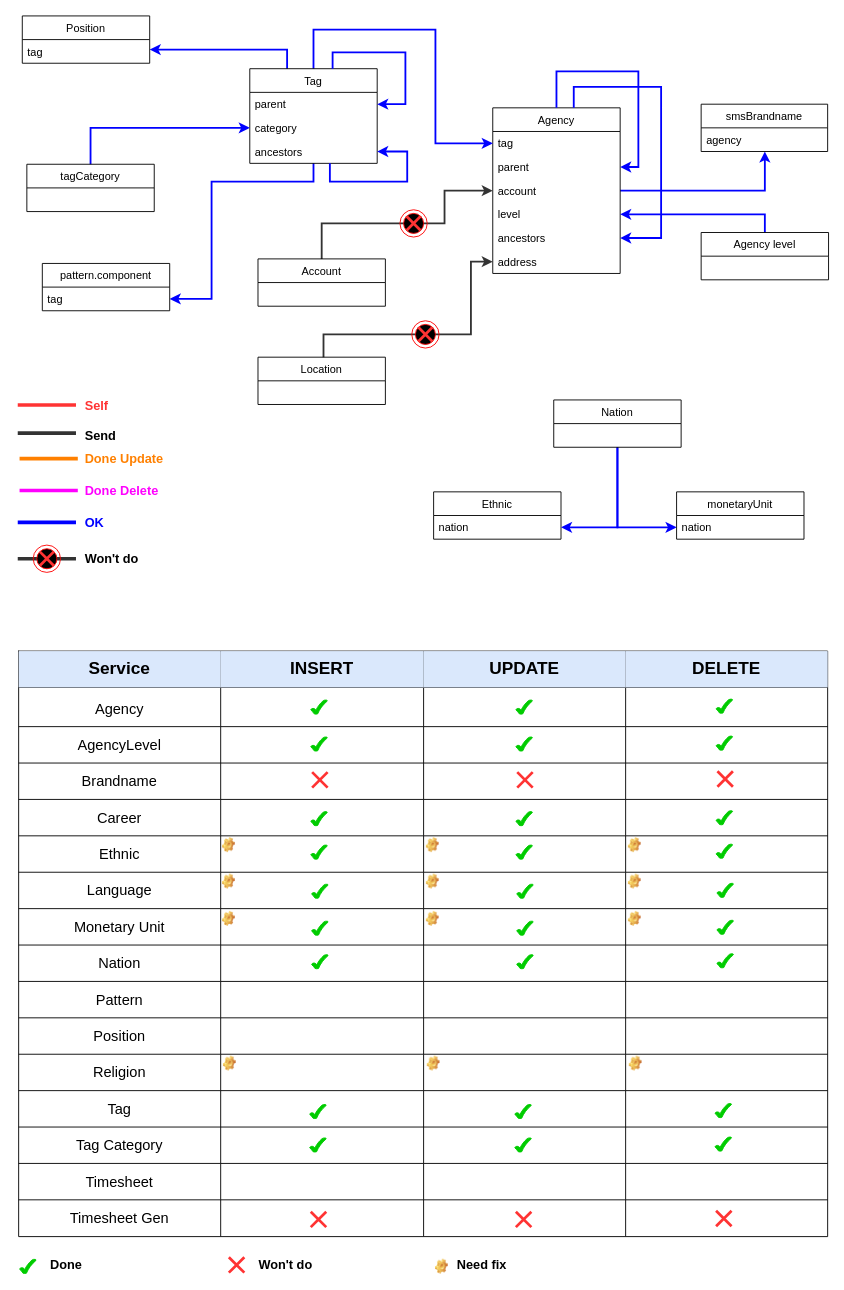
Earlier version of the draw.io diagram directory.drawio (mitgaming/drawio). Source tidied: cells renumbered, new cells numbered last; positions are measured from the earlier drawing's top-left corner, leaving out a move shared by most shapes. Both pictures are drawn from the tidied source at 91%, with x=0, y=0 at pixel (17, 15).
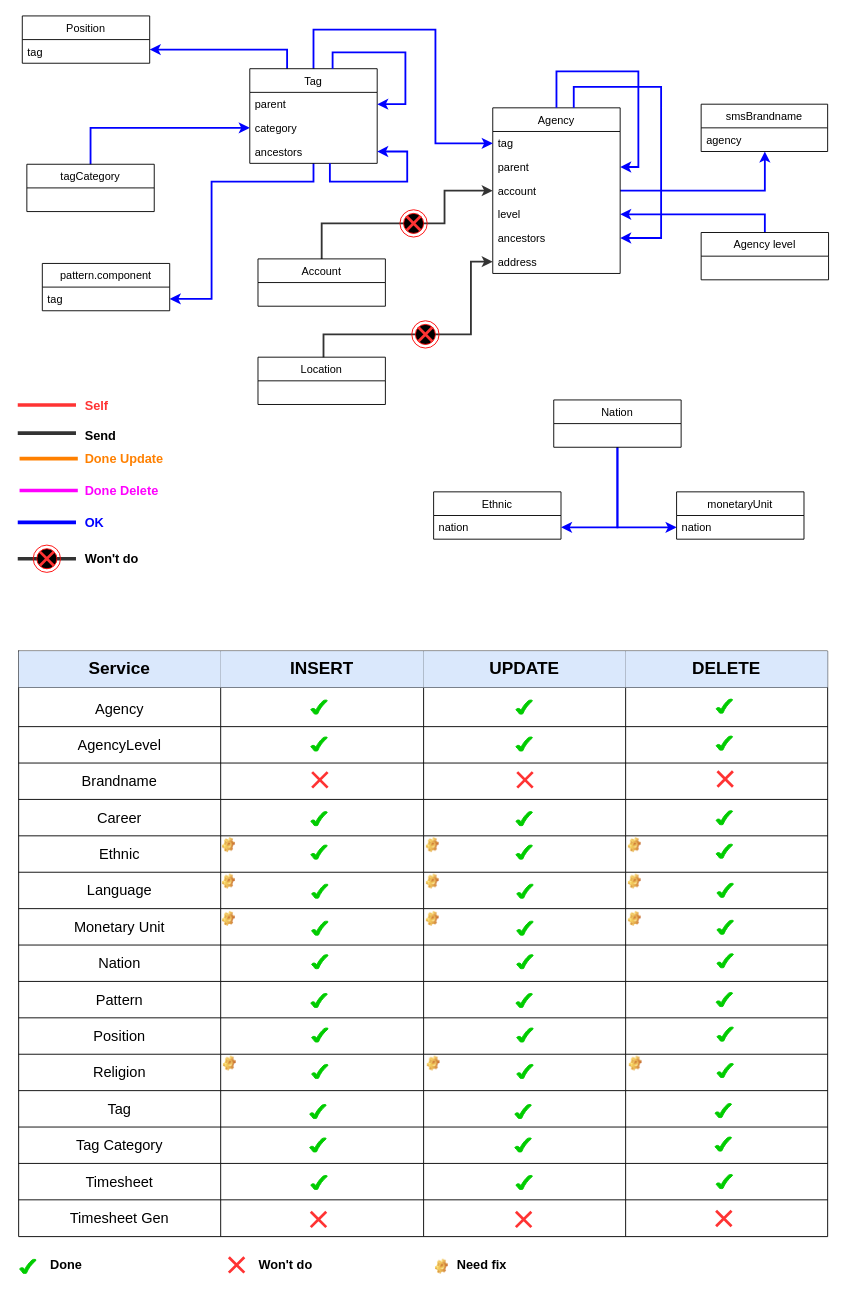
Above is the later version.

Commit message:
Cập nhật directory.drawio

The edit, as a diff of the source:
```diff
@@
+    <mxCell id="201" style="verticalLabelPosition=bottom;verticalAlign=top;html=1;shape=mxgraph.basic.tick;strokeColor=#00CC00;fontSize=14;fillColor=#00CC00;" parent="1" vertex="1">
+      <mxGeometry x="322" y="1074" width="18.2" height="15.8" as="geometry" />
+    </mxCell>
+    <mxCell id="202" style="verticalLabelPosition=bottom;verticalAlign=top;html=1;shape=mxgraph.basic.tick;strokeColor=#00CC00;fontSize=14;fillColor=#00CC00;" parent="1" vertex="1">
+      <mxGeometry x="547.4" y="1074" width="18.2" height="15.8" as="geometry" />
+    </mxCell>
+    <mxCell id="203" style="verticalLabelPosition=bottom;verticalAlign=top;html=1;shape=mxgraph.basic.tick;strokeColor=#00CC00;fontSize=14;fillColor=#00CC00;" parent="1" vertex="1">
+      <mxGeometry x="767.4" y="1073" width="18.2" height="15.8" as="geometry" />
+    </mxCell>
+    <mxCell id="204" style="verticalLabelPosition=bottom;verticalAlign=top;html=1;shape=mxgraph.basic.tick;strokeColor=#00CC00;fontSize=14;fillColor=#00CC00;" parent="1" vertex="1">
+      <mxGeometry x="322.9" y="1112" width="18.2" height="15.8" as="geometry" />
+    </mxCell>
+    <mxCell id="205" style="verticalLabelPosition=bottom;verticalAlign=top;html=1;shape=mxgraph.basic.tick;strokeColor=#00CC00;fontSize=14;fillColor=#00CC00;" parent="1" vertex="1">
+      <mxGeometry x="548.3" y="1112" width="18.2" height="15.8" as="geometry" />
+    </mxCell>
+    <mxCell id="206" style="verticalLabelPosition=bottom;verticalAlign=top;html=1;shape=mxgraph.basic.tick;strokeColor=#00CC00;fontSize=14;fillColor=#00CC00;" parent="1" vertex="1">
+      <mxGeometry x="768.3" y="1111" width="18.2" height="15.8" as="geometry" />
+    </mxCell>
+    <mxCell id="207" style="verticalLabelPosition=bottom;verticalAlign=top;html=1;shape=mxgraph.basic.tick;strokeColor=#00CC00;fontSize=14;fillColor=#00CC00;" parent="1" vertex="1">
+      <mxGeometry x="548.3" y="1152" width="18.2" height="15.8" as="geometry" />
+    </mxCell>
+    <mxCell id="208" style="verticalLabelPosition=bottom;verticalAlign=top;html=1;shape=mxgraph.basic.tick;strokeColor=#00CC00;fontSize=14;fillColor=#00CC00;" parent="1" vertex="1">
+      <mxGeometry x="322.9" y="1152" width="18.2" height="15.8" as="geometry" />
+    </mxCell>
+    <mxCell id="209" style="verticalLabelPosition=bottom;verticalAlign=top;html=1;shape=mxgraph.basic.tick;strokeColor=#00CC00;fontSize=14;fillColor=#00CC00;" parent="1" vertex="1">
+      <mxGeometry x="768.3" y="1151" width="18.2" height="15.8" as="geometry" />
+    </mxCell>
+    <mxCell id="210" style="verticalLabelPosition=bottom;verticalAlign=top;html=1;shape=mxgraph.basic.tick;strokeColor=#00CC00;fontSize=14;fillColor=#00CC00;" parent="1" vertex="1">
+      <mxGeometry x="322" y="1274" width="18.2" height="15.8" as="geometry" />
+    </mxCell>
+    <mxCell id="211" style="verticalLabelPosition=bottom;verticalAlign=top;html=1;shape=mxgraph.basic.tick;strokeColor=#00CC00;fontSize=14;fillColor=#00CC00;" parent="1" vertex="1">
+      <mxGeometry x="547.4" y="1274" width="18.2" height="15.8" as="geometry" />
+    </mxCell>
+    <mxCell id="212" style="verticalLabelPosition=bottom;verticalAlign=top;html=1;shape=mxgraph.basic.tick;strokeColor=#00CC00;fontSize=14;fillColor=#00CC00;" parent="1" vertex="1">
+      <mxGeometry x="767.4" y="1273" width="18.2" height="15.8" as="geometry" />
+    </mxCell>
```
